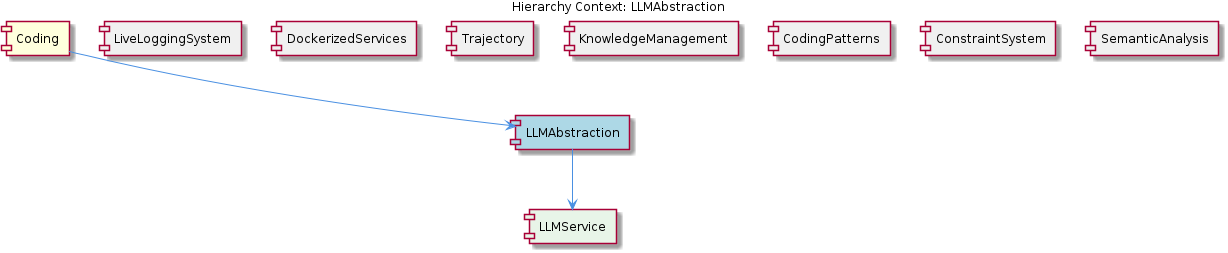
The PlantUML diagram .data/knowledge-graph/insights/images/llmabstraction-relationship.png in fwornle/coding, before a commit. Its source is kept beside it as .data/knowledge-graph/insights/puml/llmabstraction-relationship.puml.
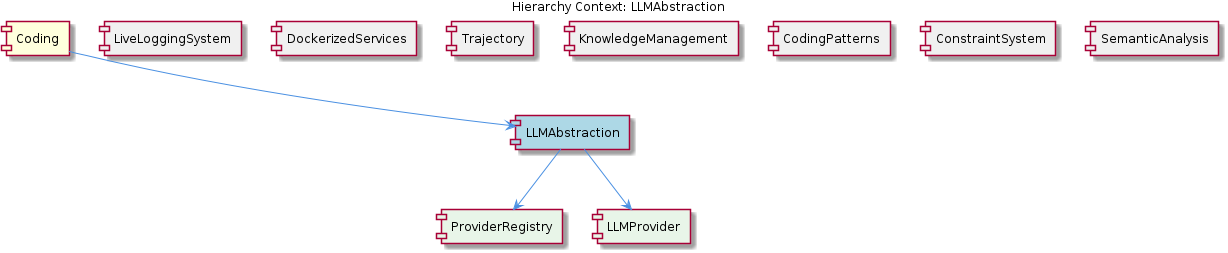
The same diagram one commit later.

What changed in the source:
```diff
@@ -12,7 +12,8 @@
 [CodingPatterns] as coding_patterns #F0F0F0
 [ConstraintSystem] as constraint_system #F0F0F0
 [SemanticAnalysis] as semantic_analysis #F0F0F0
-[LLMService] as llmservice #E8F5E8
+[ProviderRegistry] as provider_registry #E8F5E8
+[LLMProvider] as llmprovider #E8F5E8
 
 coding --> llmabstraction
 live_logging_system -[hidden]- llmabstraction
@@ -22,6 +23,7 @@
 coding_patterns -[hidden]- llmabstraction
 constraint_system -[hidden]- llmabstraction
 semantic_analysis -[hidden]- llmabstraction
-llmabstraction --> llmservice
+llmabstraction --> provider_registry
+llmabstraction --> llmprovider
 
 @enduml
```
